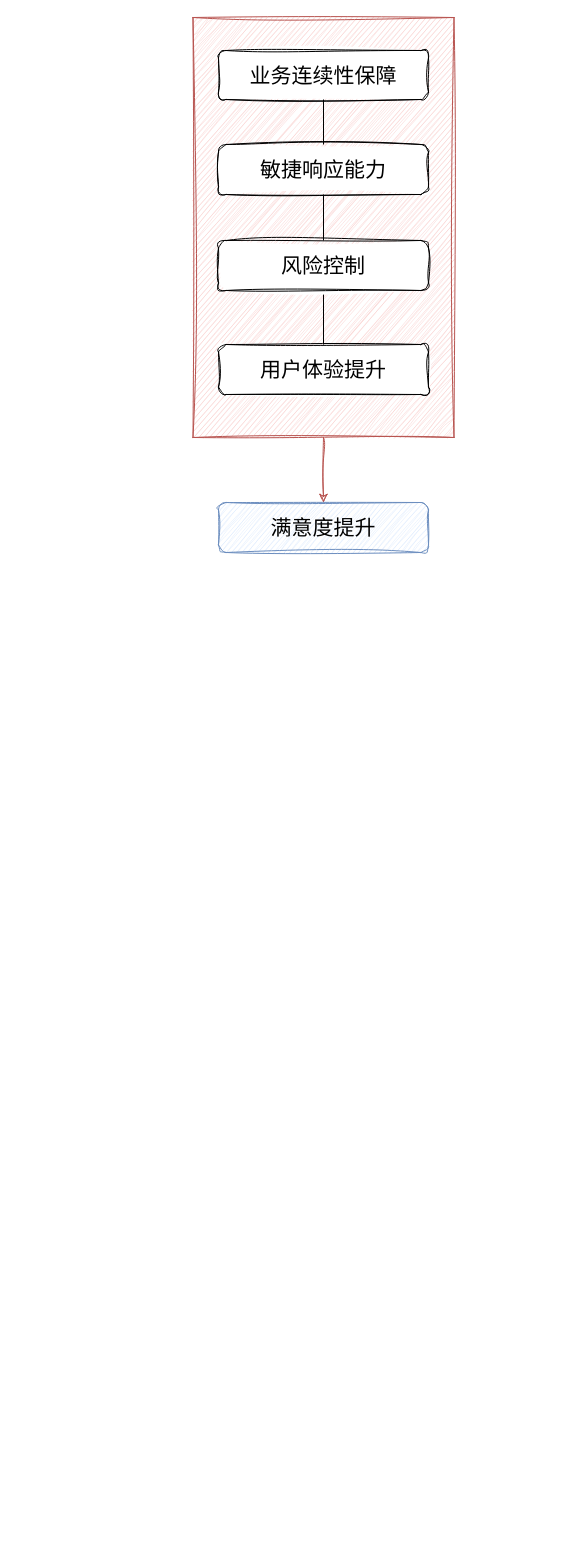
Before: 一年汇报.drawio in PEI-GEN/myPic, a draw.io diagram. Source tidied: cells renumbered, new cells numbered last; positions are measured from the earlier drawing's top-left corner, leaving out a move shared by most shapes. Both pictures are drawn from the tidied source at 100%, with x=0, y=0 at pixel (192, 17).
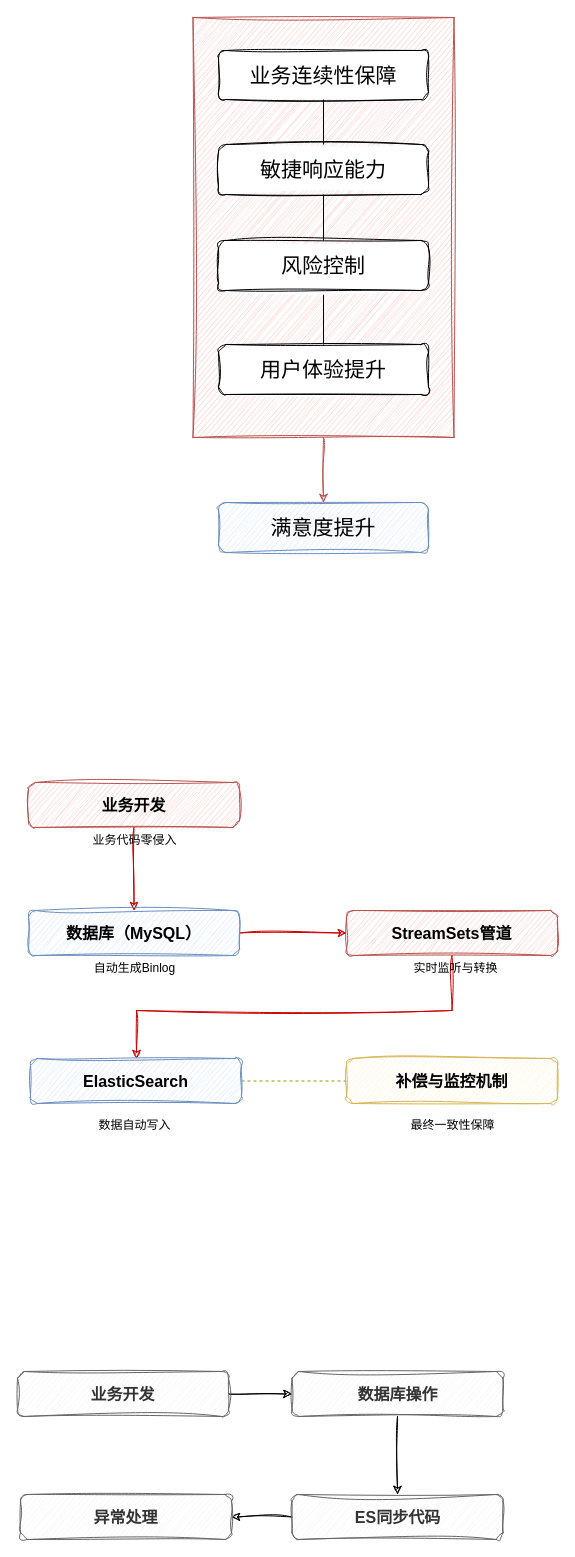
The same page after the edit.

Commit message:
更新一年汇报.drawio

Diff of the diagram source:
```diff
@@
+    <mxCell id="12" style="edgeStyle=orthogonalEdgeStyle;rounded=0;jettySize=auto;html=1;exitX=0.5;exitY=1;exitDx=0;exitDy=0;sketch=1;curveFitting=1;jiggle=2;strokeColor=#CC0000;" parent="1" edge="1" source="13" target="15">
+      <mxGeometry relative="1" as="geometry" />
+    </mxCell>
+    <mxCell id="13" value="&lt;font style=&quot;font-size: 16px;&quot;&gt;业务开发&lt;/font&gt;" style="rounded=1;whiteSpace=wrap;html=1;sketch=1;curveFitting=1;jiggle=2;fillColor=#f8cecc;strokeColor=#b85450;fontStyle=1;" parent="1" vertex="1">
+      <mxGeometry x="-164" y="765" width="211" height="45" as="geometry" />
+    </mxCell>
+    <mxCell id="14" style="edgeStyle=orthogonalEdgeStyle;rounded=0;jettySize=auto;html=1;entryX=0;entryY=0.5;entryDx=0;entryDy=0;sketch=1;curveFitting=1;jiggle=2;strokeColor=#CC0000;" parent="1" edge="1" source="15" target="17">
+      <mxGeometry relative="1" as="geometry" />
+    </mxCell>
+    <mxCell id="15" value="&lt;span style=&quot;font-size: 16px;&quot;&gt;数据库（MySQL）&lt;/span&gt;" style="rounded=1;whiteSpace=wrap;html=1;sketch=1;curveFitting=1;jiggle=2;fillColor=#dae8fc;strokeColor=#6c8ebf;fontStyle=1;" parent="1" vertex="1">
+      <mxGeometry x="-164" y="893" width="211" height="45" as="geometry" />
+    </mxCell>
+    <mxCell id="16" style="edgeStyle=orthogonalEdgeStyle;rounded=0;jettySize=auto;html=1;sketch=1;curveFitting=1;jiggle=2;strokeColor=#CC0000;" parent="1" edge="1" source="17" target="19">
+      <mxGeometry relative="1" as="geometry">
+        <Array as="points">
+          <mxPoint x="260" y="993" />
+          <mxPoint x="-56" y="993" />
+        </Array>
+      </mxGeometry>
+    </mxCell>
+    <mxCell id="17" value="&lt;span style=&quot;font-size: 16px;&quot;&gt;StreamSets管道&lt;/span&gt;" style="rounded=1;whiteSpace=wrap;html=1;sketch=1;curveFitting=1;jiggle=2;fillColor=#f8cecc;strokeColor=#b85450;fontStyle=1;" parent="1" vertex="1">
+      <mxGeometry x="154" y="893" width="211" height="45" as="geometry" />
+    </mxCell>
+    <mxCell id="18" style="edgeStyle=orthogonalEdgeStyle;rounded=0;jettySize=auto;html=1;entryX=0;entryY=0.5;entryDx=0;entryDy=0;endArrow=none;endFill=0;dashed=1;strokeColor=#999900;" parent="1" edge="1" source="19" target="20">
+      <mxGeometry relative="1" as="geometry" />
+    </mxCell>
+    <mxCell id="19" value="&lt;span style=&quot;font-size: 16px;&quot;&gt;ElasticSearch&lt;/span&gt;" style="rounded=1;whiteSpace=wrap;html=1;sketch=1;curveFitting=1;jiggle=2;fillColor=#dae8fc;strokeColor=#6c8ebf;fontStyle=1;" parent="1" vertex="1">
+      <mxGeometry x="-162" y="1041" width="211" height="45" as="geometry" />
+    </mxCell>
+    <mxCell id="20" value="&lt;span style=&quot;font-size: 16px;&quot;&gt;补偿与监控机制&lt;/span&gt;" style="rounded=1;whiteSpace=wrap;html=1;sketch=1;curveFitting=1;jiggle=2;fillColor=#fff2cc;strokeColor=#d6b656;fontStyle=1;" parent="1" vertex="1">
+      <mxGeometry x="154" y="1041" width="211" height="45" as="geometry" />
+    </mxCell>
+    <mxCell id="21" value="业务代码零侵入" style="text;html=1;align=center;verticalAlign=middle;strokeColor=none;fillColor=none;" parent="1" vertex="1">
+      <mxGeometry x="-109.5" y="810" width="102" height="26" as="geometry" />
+    </mxCell>
+    <mxCell id="22" value="自动生成Binlog" style="text;html=1;align=center;verticalAlign=middle;strokeColor=none;fillColor=none;" parent="1" vertex="1">
+      <mxGeometry x="-108" y="938" width="99" height="26" as="geometry" />
+    </mxCell>
+    <mxCell id="23" value="数据自动写入" style="text;html=1;align=center;verticalAlign=middle;strokeColor=none;fillColor=none;" parent="1" vertex="1">
+      <mxGeometry x="-103.5" y="1095" width="90" height="26" as="geometry" />
+    </mxCell>
+    <mxCell id="24" value="最终一致性保障" style="text;html=1;align=center;verticalAlign=middle;strokeColor=none;fillColor=none;" parent="1" vertex="1">
+      <mxGeometry x="208.5" y="1095" width="102" height="26" as="geometry" />
+    </mxCell>
+    <mxCell id="25" value="实时监听与转换" style="text;html=1;align=center;verticalAlign=middle;strokeColor=none;fillColor=none;" parent="1" vertex="1">
+      <mxGeometry x="212" y="938" width="102" height="26" as="geometry" />
+    </mxCell>
+    <mxCell id="26" style="edgeStyle=orthogonalEdgeStyle;rounded=0;jettySize=auto;html=1;entryX=0;entryY=0.5;entryDx=0;entryDy=0;sketch=1;curveFitting=1;jiggle=2;" parent="1" edge="1" source="27" target="29">
+      <mxGeometry relative="1" as="geometry" />
+    </mxCell>
+    <mxCell id="27" value="&lt;font style=&quot;font-size: 16px;&quot;&gt;业务开发&lt;/font&gt;" style="rounded=1;whiteSpace=wrap;html=1;sketch=1;curveFitting=1;jiggle=2;fillColor=#f5f5f5;strokeColor=#666666;fontStyle=1;fontColor=#333333;" parent="1" vertex="1">
+      <mxGeometry x="-175" y="1354" width="211" height="45" as="geometry" />
+    </mxCell>
+    <mxCell id="28" style="edgeStyle=orthogonalEdgeStyle;rounded=0;jettySize=auto;html=1;sketch=1;curveFitting=1;jiggle=2;" parent="1" edge="1" source="29" target="31">
+      <mxGeometry relative="1" as="geometry" />
+    </mxCell>
+    <mxCell id="29" value="&lt;span style=&quot;font-size: 16px;&quot;&gt;数据库操作&lt;/span&gt;" style="rounded=1;whiteSpace=wrap;html=1;sketch=1;curveFitting=1;jiggle=2;fillColor=#f5f5f5;strokeColor=#666666;fontStyle=1;fontColor=#333333;" parent="1" vertex="1">
+      <mxGeometry x="99.5" y="1354" width="211" height="45" as="geometry" />
+    </mxCell>
+    <mxCell id="30" style="edgeStyle=orthogonalEdgeStyle;rounded=0;jettySize=auto;html=1;sketch=1;curveFitting=1;jiggle=2;" parent="1" edge="1" source="31" target="32">
+      <mxGeometry relative="1" as="geometry" />
+    </mxCell>
+    <mxCell id="31" value="&lt;span style=&quot;font-size: 16px;&quot;&gt;ES同步代码&lt;/span&gt;" style="rounded=1;whiteSpace=wrap;html=1;sketch=1;curveFitting=1;jiggle=2;fillColor=#f5f5f5;strokeColor=#666666;fontStyle=1;fontColor=#333333;" parent="1" vertex="1">
+      <mxGeometry x="99.5" y="1477" width="211" height="45" as="geometry" />
+    </mxCell>
+    <mxCell id="32" value="&lt;span style=&quot;font-size: 16px;&quot;&gt;异常处理&lt;/span&gt;" style="rounded=1;whiteSpace=wrap;html=1;sketch=1;curveFitting=1;jiggle=2;fillColor=#f5f5f5;strokeColor=#666666;fontStyle=1;fontColor=#333333;" parent="1" vertex="1">
+      <mxGeometry x="-172" y="1477" width="211" height="45" as="geometry" />
+    </mxCell>
```
